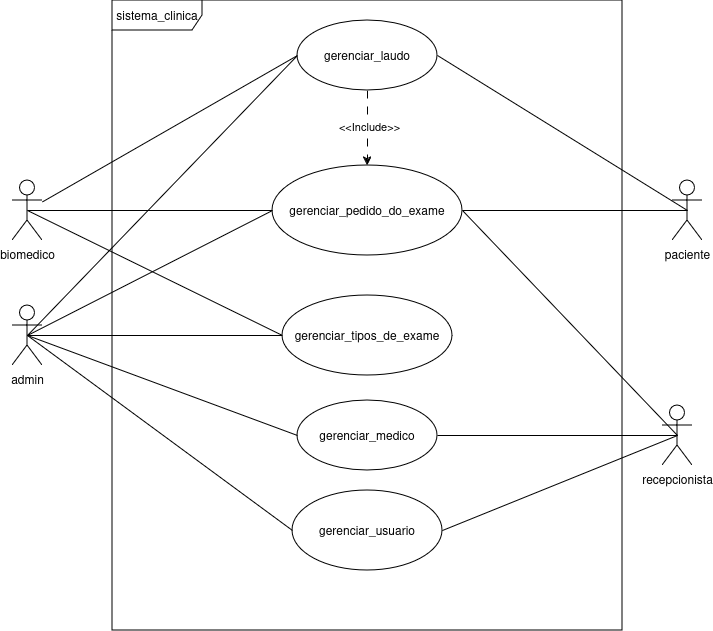
Above: docs/img/diagramas/caso_de_uso.png in UniFil-NPI/ProjetoAnalisesClinicas (draw.io), before the change. Source tidied: cells renumbered, new cells last; positions are measured from the earlier drawing's top-left corner, leaving out a move shared by most shapes.
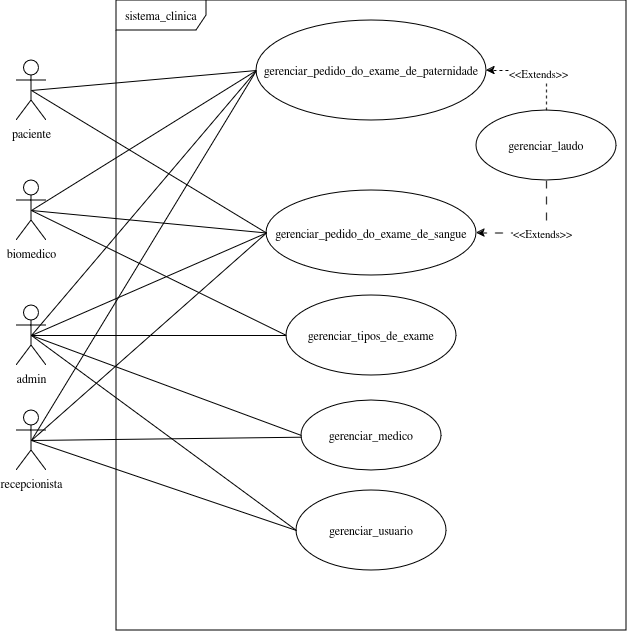
After the change.

The edit, as a diff of the source:
```diff
@@ -2,39 +2,42 @@
   <root>
     <mxCell id="0" />
     <mxCell id="1" parent="0" />
-    <mxCell id="2" style="rounded=0;jettySize=auto;html=1;exitX=0.5;exitY=0.5;exitDx=0;exitDy=0;exitPerimeter=0;entryX=1;entryY=0.5;entryDx=0;entryDy=0;endArrow=none;endFill=0;" parent="1" edge="1" source="3" target="22">
-      <mxGeometry relative="1" as="geometry" />
-    </mxCell>
+    <mxCell id="29" style="rounded=0;jettySize=auto;html=1;exitX=0.5;exitY=0.5;exitDx=0;exitDy=0;exitPerimeter=0;endArrow=none;endFill=0;entryX=0;entryY=0.5;entryDx=0;entryDy=0;" parent="1" edge="1" source="3" target="35">
+      <mxGeometry relative="1" as="geometry" />
+    </mxCell>
     <mxCell id="3" value="paciente" style="shape=umlActor;verticalLabelPosition=bottom;verticalAlign=top;html=1;labelBackgroundColor=none;shadow=0;" parent="1" vertex="1">
-      <mxGeometry x="660" y="180" width="30" height="60" as="geometry" />
+      <mxGeometry y="60" width="30" height="60" as="geometry" />
     </mxCell>
-    <mxCell id="4" style="rounded=0;jettySize=auto;html=1;exitX=0.5;exitY=0.5;exitDx=0;exitDy=0;exitPerimeter=0;entryX=1;entryY=0.5;entryDx=0;entryDy=0;endArrow=none;endFill=0;" parent="1" edge="1" source="6" target="17">
+    <mxCell id="4" style="rounded=0;jettySize=auto;html=1;exitX=0.5;exitY=0.5;exitDx=0;exitDy=0;exitPerimeter=0;entryX=0;entryY=0.5;entryDx=0;entryDy=0;endArrow=none;endFill=0;" parent="1" edge="1" source="6" target="17">
       <mxGeometry relative="1" as="geometry" />
     </mxCell>
     <mxCell id="5" style="rounded=0;jettySize=auto;html=1;exitX=0.5;exitY=0.5;exitDx=0;exitDy=0;exitPerimeter=0;entryX=1;entryY=0.5;entryDx=0;entryDy=0;endArrow=none;endFill=0;" parent="1" edge="1" source="6" target="15">
       <mxGeometry relative="1" as="geometry" />
     </mxCell>
+    <mxCell id="30" style="rounded=0;jettySize=auto;html=1;exitX=0.5;exitY=0.5;exitDx=0;exitDy=0;exitPerimeter=0;entryX=0;entryY=0.5;entryDx=0;entryDy=0;endArrow=none;endFill=0;" parent="1" edge="1" source="6" target="35">
+      <mxGeometry relative="1" as="geometry" />
+    </mxCell>
     <mxCell id="6" value="recepcionista" style="shape=umlActor;verticalLabelPosition=bottom;verticalAlign=top;html=1;" parent="1" vertex="1">
-      <mxGeometry x="650" y="405" width="30" height="60" as="geometry" />
+      <mxGeometry y="410" width="30" height="60" as="geometry" />
     </mxCell>
-    <mxCell id="7" style="rounded=0;jettySize=auto;html=1;exitX=0.5;exitY=0.5;exitDx=0;exitDy=0;exitPerimeter=0;entryX=0;entryY=0.5;entryDx=0;entryDy=0;endArrow=none;endFill=0;" parent="1" edge="1" source="10" target="22">
-      <mxGeometry relative="1" as="geometry" />
-    </mxCell>
     <mxCell id="8" style="rounded=0;jettySize=auto;html=1;entryX=0;entryY=0.5;entryDx=0;entryDy=0;endArrow=none;endFill=0;startSize=0;jumpSize=0;endSize=0;exitX=0.5;exitY=0.5;exitDx=0;exitDy=0;exitPerimeter=0;" parent="1" edge="1" source="10" target="17">
       <mxGeometry relative="1" as="geometry" />
     </mxCell>
     <mxCell id="9" style="rounded=0;jettySize=auto;html=1;exitX=0.5;exitY=0.5;exitDx=0;exitDy=0;exitPerimeter=0;endArrow=none;endFill=0;entryX=0;entryY=0.5;entryDx=0;entryDy=0;" parent="1" edge="1" source="10" target="28">
       <mxGeometry relative="1" as="geometry" />
     </mxCell>
+    <mxCell id="31" style="rounded=0;jettySize=auto;html=1;exitX=0.5;exitY=0.5;exitDx=0;exitDy=0;exitPerimeter=0;entryX=0;entryY=0.5;entryDx=0;entryDy=0;endArrow=none;endFill=0;" parent="1" edge="1" source="10" target="35">
+      <mxGeometry relative="1" as="geometry" />
+    </mxCell>
     <mxCell id="10" value="admin" style="shape=umlActor;verticalLabelPosition=bottom;verticalAlign=top;html=1;" parent="1" vertex="1">
       <mxGeometry y="305" width="30" height="60" as="geometry" />
     </mxCell>
-    <mxCell id="11" style="rounded=0;jettySize=auto;html=1;entryX=0;entryY=0.5;entryDx=0;entryDy=0;endArrow=none;endFill=0;" parent="1" edge="1" source="13" target="22">
-      <mxGeometry relative="1" as="geometry" />
-    </mxCell>
     <mxCell id="12" style="rounded=0;jettySize=auto;html=1;exitX=0.5;exitY=0.5;exitDx=0;exitDy=0;exitPerimeter=0;entryX=0;entryY=0.5;entryDx=0;entryDy=0;endArrow=none;endFill=0;" parent="1" edge="1" source="13" target="28">
       <mxGeometry relative="1" as="geometry" />
     </mxCell>
+    <mxCell id="32" style="rounded=0;jettySize=auto;html=1;exitX=0.5;exitY=0.5;exitDx=0;exitDy=0;exitPerimeter=0;entryX=0;entryY=0.5;entryDx=0;entryDy=0;endArrow=none;endFill=0;" parent="1" edge="1" source="13" target="35">
+      <mxGeometry relative="1" as="geometry" />
+    </mxCell>
     <mxCell id="13" value="biomedico" style="shape=umlActor;verticalLabelPosition=bottom;verticalAlign=top;html=1;" parent="1" vertex="1">
       <mxGeometry y="180" width="30" height="60" as="geometry" />
     </mxCell>
@@ -47,8 +50,8 @@
     <mxCell id="16" value="&lt;div&gt;gerenciar_usuario&lt;br&gt;&lt;/div&gt;" style="ellipse;whiteSpace=wrap;html=1;" parent="1" vertex="1">
       <mxGeometry x="280" y="490" width="150" height="80" as="geometry" />
     </mxCell>
-    <mxCell id="17" value="gerenciar_pedido_do_exame" style="ellipse;whiteSpace=wrap;html=1;" parent="1" vertex="1">
-      <mxGeometry x="260" y="165" width="190" height="90" as="geometry" />
+    <mxCell id="17" value="gerenciar_pedido_do_exame_de_sangue" style="ellipse;whiteSpace=wrap;html=1;" parent="1" vertex="1">
+      <mxGeometry x="250" y="190" width="210" height="85" as="geometry" />
     </mxCell>
     <mxCell id="18" style="edgeStyle=none;rounded=0;orthogonalLoop=1;jettySize=auto;html=1;exitX=0;exitY=1;exitDx=0;exitDy=0;" parent="1" edge="1">
       <mxGeometry relative="1" as="geometry">
@@ -62,17 +65,25 @@
         <mxPoint x="440" y="509.5" as="targetPoint" />
       </mxGeometry>
     </mxCell>
-    <mxCell id="20" style="edgeStyle=orthogonalEdgeStyle;rounded=0;jettySize=auto;html=1;dashed=1;dashPattern=8 8;" parent="1" edge="1" source="22" target="17">
+    <mxCell id="20" style="edgeStyle=orthogonalEdgeStyle;rounded=0;jettySize=auto;html=1;dashed=1;dashPattern=8 8;entryX=1;entryY=0.5;entryDx=0;entryDy=0;" parent="1" edge="1" source="22" target="17">
       <mxGeometry relative="1" as="geometry" />
     </mxCell>
-    <mxCell id="21" value="&amp;lt;&amp;lt;Include&amp;gt;&amp;gt;" style="edgeLabel;html=1;align=center;verticalAlign=middle;" parent="20" vertex="1">
+    <mxCell id="21" value="&amp;lt;&amp;lt;Extends&amp;gt;&amp;gt;" style="edgeLabel;html=1;align=center;verticalAlign=middle;" parent="20" vertex="1">
       <mxGeometry x="-0.07" y="1" relative="1" as="geometry" />
     </mxCell>
+    <mxCell id="33" style="edgeStyle=orthogonalEdgeStyle;rounded=0;jettySize=auto;html=1;exitX=0.5;exitY=0;exitDx=0;exitDy=0;entryX=1;entryY=0.5;entryDx=0;entryDy=0;dashed=1;" parent="1" edge="1" source="22" target="35">
+      <mxGeometry relative="1" as="geometry" />
+    </mxCell>
+    <mxCell id="34" value="&amp;lt;&amp;lt;Extends&amp;gt;&amp;gt;" style="edgeLabel;html=1;align=center;verticalAlign=middle;" parent="33" vertex="1">
+      <mxGeometry x="-0.03" y="3" relative="1" as="geometry" />
+    </mxCell>
     <mxCell id="22" value="&lt;div&gt;gerenciar_laudo&lt;/div&gt;" style="ellipse;whiteSpace=wrap;html=1;" parent="1" vertex="1">
-      <mxGeometry x="285" y="20" width="140" height="70" as="geometry" />
+      <mxGeometry x="460" y="110" width="140" height="70" as="geometry" />
     </mxCell>
-    <mxCell id="23" style="endArrow=none;html=1;rounded=0;exitX=0.5;exitY=0.5;exitDx=0;exitDy=0;exitPerimeter=0;entryX=1;entryY=0.5;entryDx=0;entryDy=0;" parent="1" edge="1" source="6" target="16">
-      <mxGeometry relative="1" as="geometry" />
+    <mxCell id="23" style="endArrow=none;html=1;rounded=0;exitX=0.5;exitY=0.5;exitDx=0;exitDy=0;exitPerimeter=0;" parent="1" edge="1" source="6">
+      <mxGeometry relative="1" as="geometry">
+        <mxPoint x="280" y="530" as="targetPoint" />
+      </mxGeometry>
     </mxCell>
     <mxCell id="24" style="endArrow=none;html=1;rounded=0;exitX=0.5;exitY=0.5;exitDx=0;exitDy=0;exitPerimeter=0;entryX=0;entryY=0.5;entryDx=0;entryDy=0;" parent="1" edge="1" source="10" target="16">
       <mxGeometry relative="1" as="geometry" />
@@ -80,7 +91,7 @@
     <mxCell id="25" style="endArrow=none;html=1;rounded=0;exitX=0.5;exitY=0.5;exitDx=0;exitDy=0;exitPerimeter=0;entryX=0;entryY=0.5;entryDx=0;entryDy=0;" parent="1" edge="1" source="13" target="17">
       <mxGeometry relative="1" as="geometry" />
     </mxCell>
-    <mxCell id="26" style="endArrow=none;html=1;rounded=0;exitX=0.5;exitY=0.5;exitDx=0;exitDy=0;exitPerimeter=0;entryX=1;entryY=0.5;entryDx=0;entryDy=0;" parent="1" edge="1" source="3" target="17">
+    <mxCell id="26" style="endArrow=none;html=1;rounded=0;exitX=0.5;exitY=0.5;exitDx=0;exitDy=0;exitPerimeter=0;entryX=0;entryY=0.5;entryDx=0;entryDy=0;" parent="1" edge="1" source="3" target="17">
       <mxGeometry relative="1" as="geometry" />
     </mxCell>
     <mxCell id="27" style="endArrow=none;html=1;rounded=0;exitX=0.5;exitY=0.5;exitDx=0;exitDy=0;exitPerimeter=0;entryX=0;entryY=0.5;entryDx=0;entryDy=0;" parent="1" edge="1" source="10" target="15">
@@ -89,5 +100,8 @@
     <mxCell id="28" value="&lt;div&gt;gerenciar_tipos_de_exame&lt;br&gt;&lt;/div&gt;" style="ellipse;whiteSpace=wrap;html=1;" parent="1" vertex="1">
       <mxGeometry x="270" y="295" width="170" height="80" as="geometry" />
     </mxCell>
+    <mxCell id="35" value="&lt;div&gt;gerenciar_pedido_do_exame_de_paternidade&lt;/div&gt;" style="ellipse;whiteSpace=wrap;html=1;" parent="1" vertex="1">
+      <mxGeometry x="240" y="20" width="230" height="100" as="geometry" />
+    </mxCell>
   </root>
 </mxGraphModel>
```
